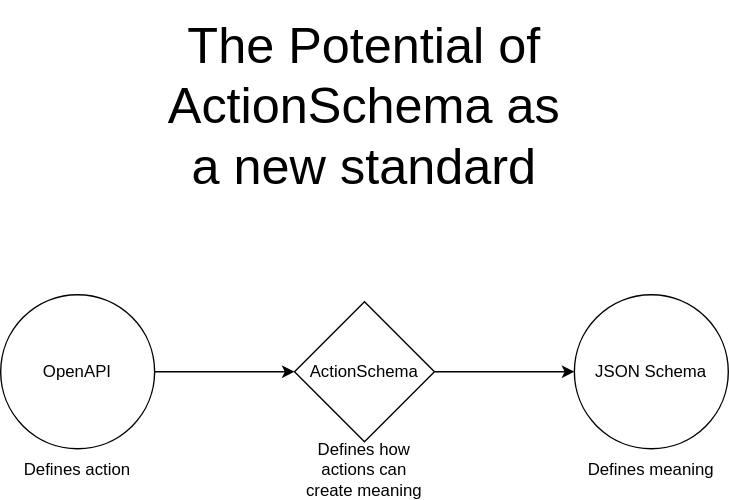
CodeFromAnywhere/ActionSchema keeps this draw.io diagram as schema-interaction.drawio.svg. Above is the earlier version. Source tidied: cells renumbered, new cells last; positions are measured from the earlier drawing's top-left corner, leaving out a move shared by most shapes.
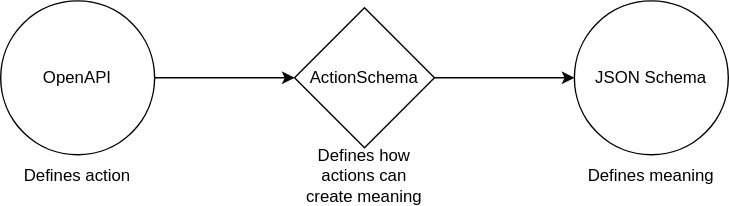
The same diagram one commit later.

Diff of the diagram source:
```diff
@@ -26,8 +26,5 @@
     <mxCell id="9" value="ActionSchema" style="rhombus;whiteSpace=wrap;html=1;" parent="1" vertex="1">
       <mxGeometry x="210" y="215" width="100" height="100" as="geometry" />
     </mxCell>
-    <mxCell id="10" value="&lt;font style=&quot;font-size: 36px;&quot;&gt;The Potential of ActionSchema as a new standard&lt;/font&gt;" style="text;html=1;strokeColor=none;fillColor=none;align=center;verticalAlign=middle;whiteSpace=wrap;rounded=0;" parent="1" vertex="1">
-      <mxGeometry x="110" width="300" height="150" as="geometry" />
-    </mxCell>
   </root>
 </mxGraphModel>
```
